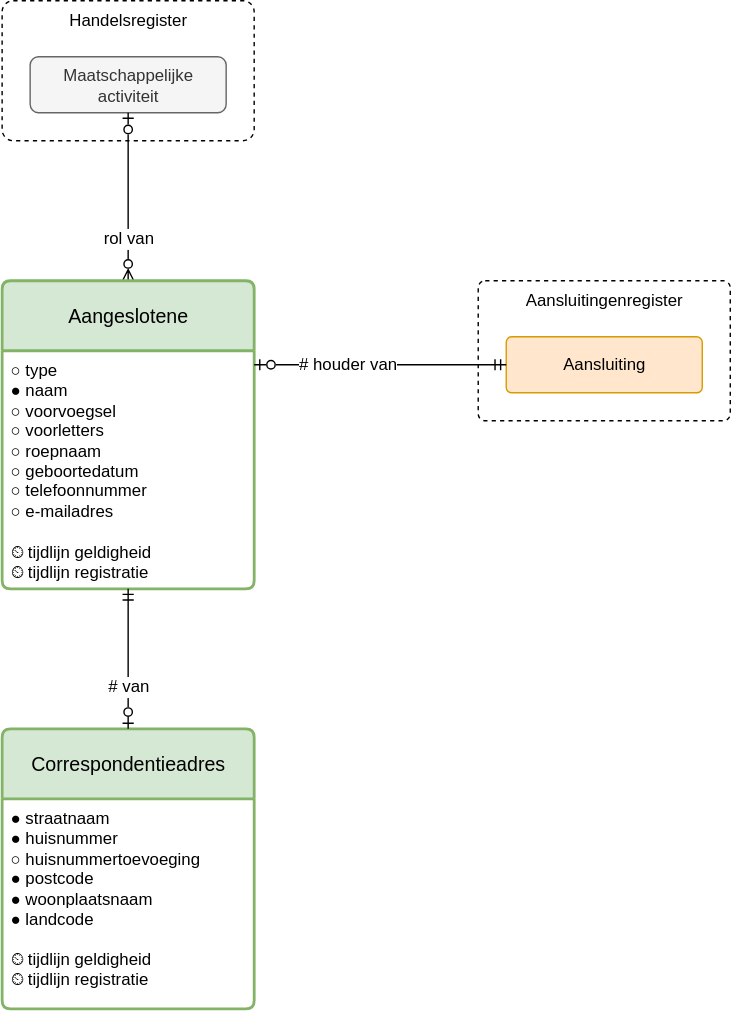
Before: modellen/registers/aangeslotenenregister/1.0.0/model.drawio.svg, a diagram exported from draw.io (sefanja/nbnl-conceptuele-informatiemodellen). Source tidied: cells renumbered, new cells last; positions are measured from the earlier drawing's top-left corner, leaving out a move shared by most shapes.
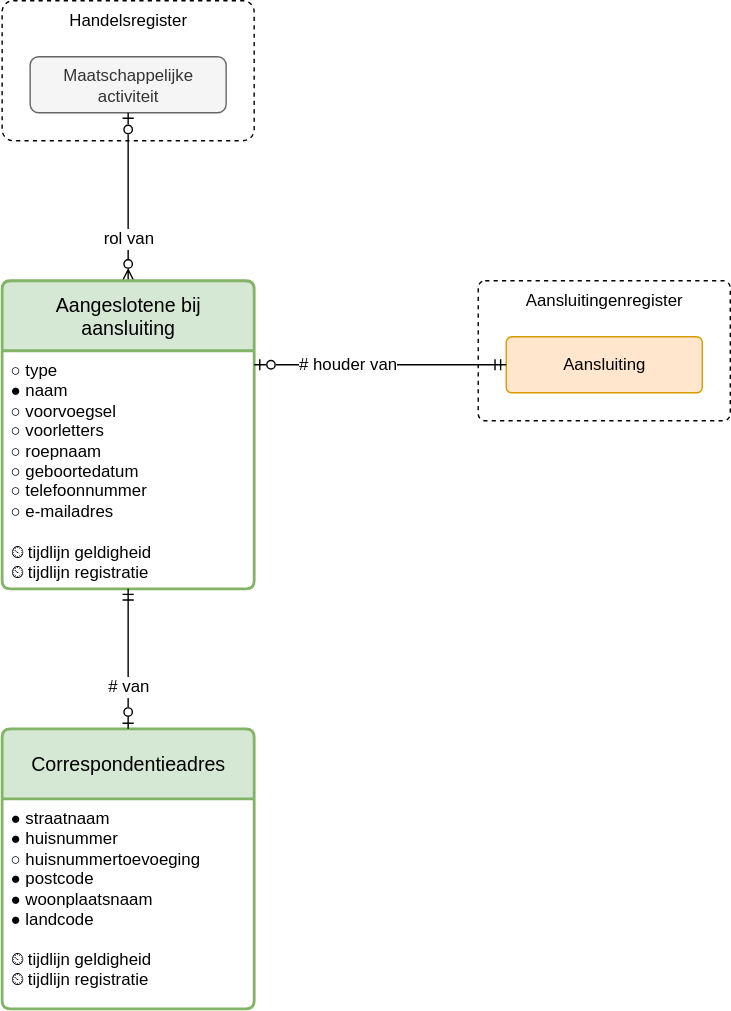
After the commit.

Diff of the diagram source:
```diff
@@ -14,7 +14,7 @@
     <mxCell id="5" value="rol van" style="fontSize=12;html=1;endArrow=ERzeroToOne;startArrow=ERzeroToMany;rounded=0;endFill=0;startFill=0;elbow=vertical;align=center;" parent="1" edge="1" source="6" target="4">
       <mxGeometry x="-0.5" relative="1" as="geometry" />
     </mxCell>
-    <mxCell id="6" value="&lt;div&gt;&lt;span style=&quot;background-color: transparent; color: light-dark(rgb(0, 0, 0), rgb(255, 255, 255));&quot;&gt;Aangeslotene&lt;/span&gt;&lt;/div&gt;" style="swimlane;horizontal=1;startSize=50;rounded=1;fontSize=14;fontStyle=0;strokeWidth=2;shadow=0;dashed=0;align=center;arcSize=4;whiteSpace=wrap;html=1;fillColor=#d5e8d4;strokeColor=#82b366;" parent="1" vertex="1">
+    <mxCell id="6" value="&lt;div&gt;&lt;span style=&quot;background-color: transparent; color: light-dark(rgb(0, 0, 0), rgb(255, 255, 255));&quot;&gt;Aangeslotene bij aansluiting&lt;/span&gt;&lt;/div&gt;" style="swimlane;horizontal=1;startSize=50;rounded=1;fontSize=14;fontStyle=0;strokeWidth=2;shadow=0;dashed=0;align=center;arcSize=4;whiteSpace=wrap;html=1;fillColor=#d5e8d4;strokeColor=#82b366;spacing=4;" parent="1" vertex="1">
       <mxGeometry y="200" width="180" height="220" as="geometry" />
     </mxCell>
     <mxCell id="7" value="&lt;div&gt;○ type&lt;/div&gt;&lt;div&gt;● naam&lt;/div&gt;&lt;div&gt;&lt;div&gt;&lt;span style=&quot;background-color: transparent; color: light-dark(rgb(0, 0, 0), rgb(255, 255, 255));&quot;&gt;○ voorvoegsel&lt;/span&gt;&lt;/div&gt;&lt;/div&gt;&lt;div&gt;○ voorletters&lt;/div&gt;&lt;div&gt;○ roepnaam&lt;/div&gt;&lt;div&gt;○ geboortedatum&lt;/div&gt;&lt;div&gt;&lt;span style=&quot;background-color: transparent; color: light-dark(rgb(0, 0, 0), rgb(255, 255, 255));&quot;&gt;○ telefoonnummer&lt;/span&gt;&lt;/div&gt;&lt;div&gt;&lt;div&gt;○ e-mailadres&lt;/div&gt;&lt;/div&gt;&lt;div&gt;&lt;br&gt;&lt;/div&gt;&lt;div&gt;⏲ tijdlijn geldigheid&lt;/div&gt;&lt;div&gt;⏲ tijdlijn registratie&lt;/div&gt;" style="align=left;strokeColor=none;fillColor=none;spacingLeft=4;spacingRight=4;fontSize=12;verticalAlign=top;html=1;whiteSpace=wrap;" parent="6" vertex="1">
```
